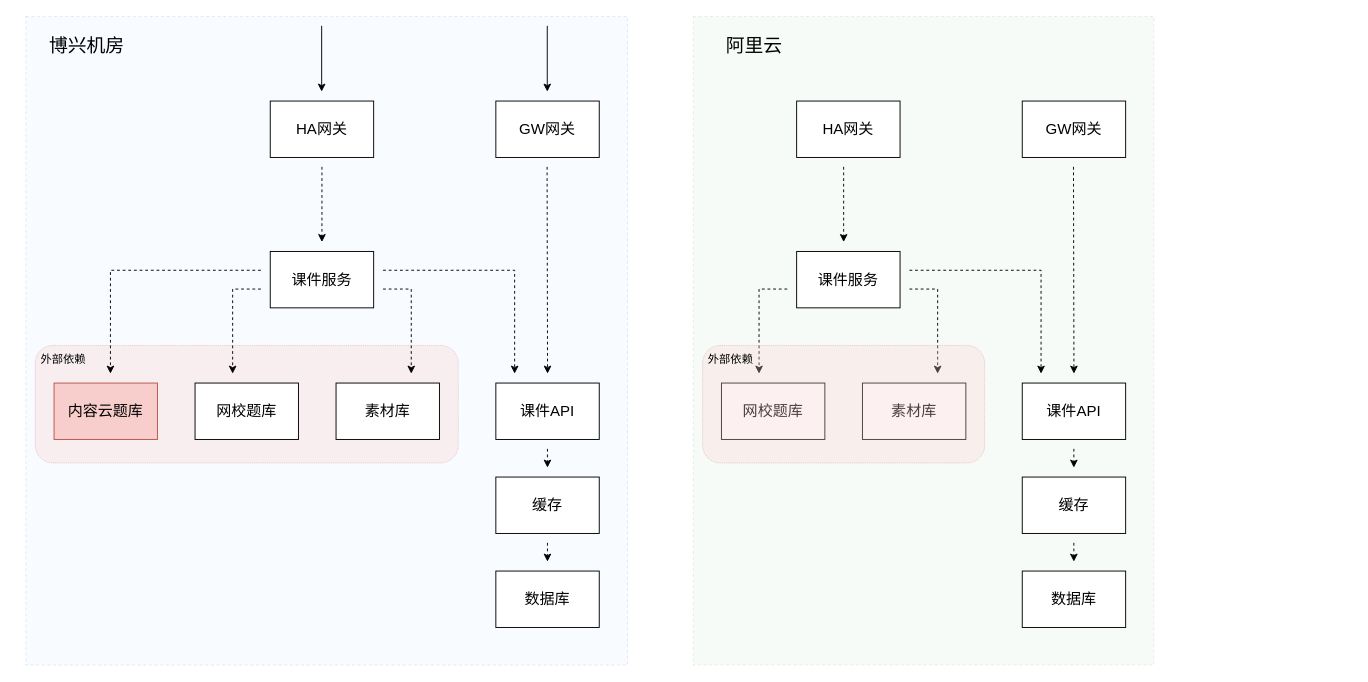
huanjiesm/courseware-draw keeps this draw.io diagram as doublealive.drawio. Above is the earlier version. Source tidied: cells renumbered, new cells numbered last; positions are measured from the earlier drawing's top-left corner, leaving out a move shared by most shapes. Both pictures are drawn from the tidied source at 94%, with x=0, y=0 at pixel (25, 16).
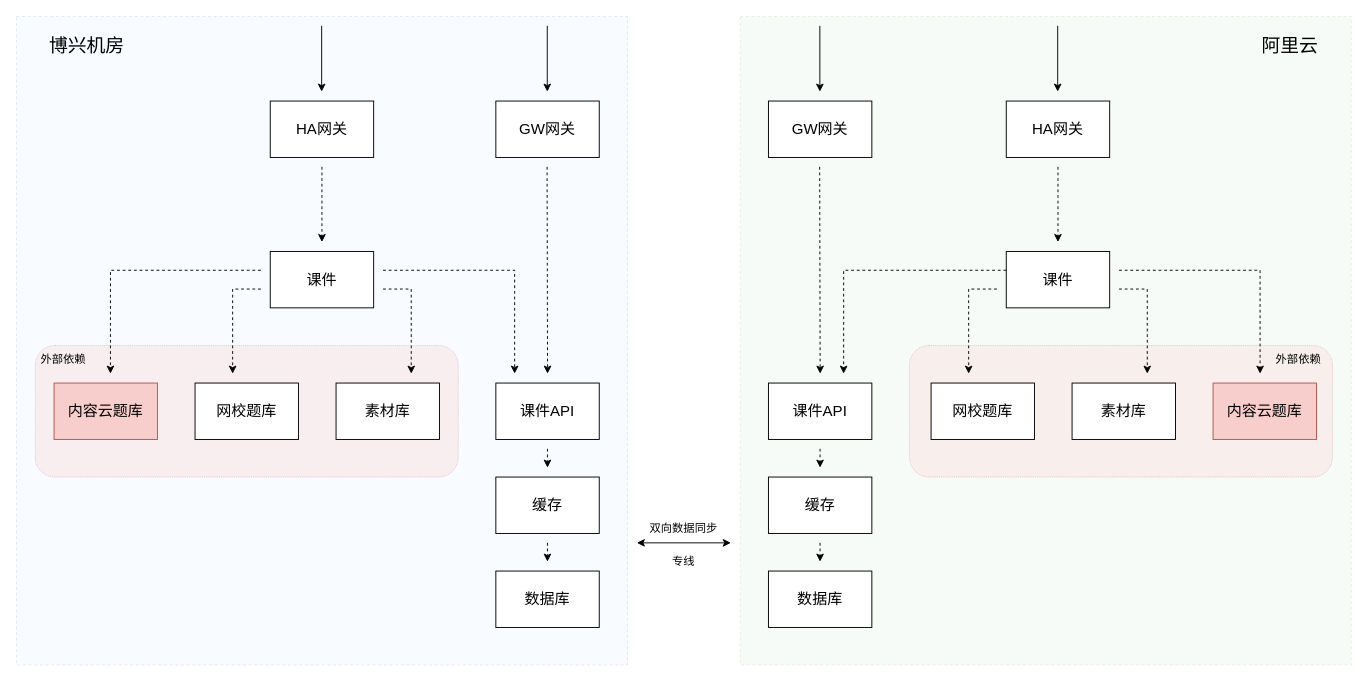
After the change.

Change to the diagram source:
```diff
@@
     <mxCell id="2" style="rounded=0;whiteSpace=wrap;html=1;fillColor=#dae8fc;strokeColor=#6c8ebf;dashed=1;opacity=20;" parent="1" vertex="1">
-      <mxGeometry width="640" height="690" as="geometry" />
+      <mxGeometry x="-10" width="650" height="690" as="geometry" />
     </mxCell>
     <mxCell id="3" style="rounded=1;whiteSpace=wrap;html=1;dashed=1;dashPattern=1 1;fillColor=#f8cecc;strokeColor=#b85450;opacity=30;" parent="1" vertex="1">
-      <mxGeometry x="10" y="350" width="450" height="125" as="geometry" />
+      <mxGeometry x="10" y="350" width="450" height="140" as="geometry" />
     </mxCell>
     <mxCell id="4" style="rounded=0;whiteSpace=wrap;html=1;fillColor=#d5e8d4;strokeColor=#82b366;dashed=1;opacity=20;" parent="1" vertex="1">
-      <mxGeometry x="710" width="490" height="690" as="geometry" />
+      <mxGeometry x="760" width="650" height="690" as="geometry" />
     </mxCell>
-    <mxCell id="5" value="课件服务" style="rounded=0;whiteSpace=wrap;html=1;fontSize=16;" parent="1" vertex="1">
+    <mxCell id="5" value="课件" style="rounded=0;whiteSpace=wrap;html=1;fontSize=16;" parent="1" vertex="1">
       <mxGeometry x="260" y="250" width="110" height="60" as="geometry" />
     </mxCell>
@@
-    <mxCell id="22" value="课件服务" style="rounded=0;whiteSpace=wrap;html=1;fontSize=16;" parent="1" vertex="1">
-      <mxGeometry x="820" y="250" width="110" height="60" as="geometry" />
-    </mxCell>
-    <mxCell id="23" value="课件API" style="rounded=0;whiteSpace=wrap;html=1;fontSize=16;" parent="1" vertex="1">
-      <mxGeometry x="1060" y="390" width="110" height="60" as="geometry" />
-    </mxCell>
-    <mxCell id="24" value="缓存" style="rounded=0;whiteSpace=wrap;html=1;fontSize=16;" parent="1" vertex="1">
-      <mxGeometry x="1060" y="490" width="110" height="60" as="geometry" />
-    </mxCell>
-    <mxCell id="25" value="数据库" style="rounded=0;whiteSpace=wrap;html=1;fontSize=16;" parent="1" vertex="1">
-      <mxGeometry x="1060" y="590" width="110" height="60" as="geometry" />
-    </mxCell>
-    <mxCell id="26" value="素材库" style="rounded=0;whiteSpace=wrap;html=1;fontSize=16;" parent="1" vertex="1">
-      <mxGeometry x="890" y="390" width="110" height="60" as="geometry" />
-    </mxCell>
-    <mxCell id="27" value="网校题库" style="rounded=0;whiteSpace=wrap;html=1;fontSize=16;" parent="1" vertex="1">
-      <mxGeometry x="740" y="390" width="110" height="60" as="geometry" />
-    </mxCell>
-    <mxCell id="28" value="HA网关" style="rounded=0;whiteSpace=wrap;html=1;fontSize=16;" parent="1" vertex="1">
-      <mxGeometry x="820" y="90" width="110" height="60" as="geometry" />
-    </mxCell>
-    <mxCell id="29" value="GW网关" style="rounded=0;whiteSpace=wrap;html=1;fontSize=16;" parent="1" vertex="1">
-      <mxGeometry x="1060" y="90" width="110" height="60" as="geometry" />
-    </mxCell>
-    <mxCell id="30" style="endArrow=classic;html=1;rounded=0;dashed=1;" parent="1" edge="1">
-      <mxGeometry relative="1" as="geometry">
-        <mxPoint x="870" y="160" as="sourcePoint" />
-        <mxPoint x="870" y="240" as="targetPoint" />
-      </mxGeometry>
-    </mxCell>
-    <mxCell id="31" style="endArrow=classic;html=1;rounded=0;dashed=1;" parent="1" edge="1">
-      <mxGeometry relative="1" as="geometry">
-        <mxPoint x="1114.5" y="160" as="sourcePoint" />
-        <mxPoint x="1115" y="380" as="targetPoint" />
-      </mxGeometry>
-    </mxCell>
-    <mxCell id="32" style="endArrow=classic;html=1;rounded=0;dashed=1;" parent="1" edge="1">
-      <mxGeometry relative="1" as="geometry">
-        <mxPoint x="940" y="270" as="sourcePoint" />
-        <mxPoint x="1080" y="380" as="targetPoint" />
-        <Array as="points">
-          <mxPoint x="1080" y="270" />
-        </Array>
-      </mxGeometry>
-    </mxCell>
-    <mxCell id="33" style="endArrow=classic;html=1;rounded=0;dashed=1;" parent="1" edge="1">
-      <mxGeometry relative="1" as="geometry">
-        <mxPoint x="940" y="290" as="sourcePoint" />
-        <mxPoint x="970" y="380" as="targetPoint" />
-        <Array as="points">
-          <mxPoint x="970" y="290" />
-        </Array>
-      </mxGeometry>
-    </mxCell>
-    <mxCell id="34" style="endArrow=classic;html=1;rounded=0;dashed=1;" parent="1" edge="1">
-      <mxGeometry relative="1" as="geometry">
-        <mxPoint x="810" y="290" as="sourcePoint" />
-        <mxPoint x="780" y="380" as="targetPoint" />
-        <Array as="points">
-          <mxPoint x="780" y="290" />
-        </Array>
-      </mxGeometry>
-    </mxCell>
-    <mxCell id="35" style="endArrow=classic;html=1;rounded=0;dashed=1;" parent="1" edge="1">
-      <mxGeometry relative="1" as="geometry">
-        <mxPoint x="1114.9" y="560" as="sourcePoint" />
-        <mxPoint x="1114.9" y="580" as="targetPoint" />
-      </mxGeometry>
-    </mxCell>
-    <mxCell id="36" style="endArrow=classic;html=1;rounded=0;dashed=1;" parent="1" edge="1">
-      <mxGeometry relative="1" as="geometry">
-        <mxPoint x="1114.9" y="460" as="sourcePoint" />
-        <mxPoint x="1114.9" y="480" as="targetPoint" />
-      </mxGeometry>
-    </mxCell>
@@
+    <mxCell id="23" value="课件API" style="rounded=0;whiteSpace=wrap;html=1;fontSize=16;" parent="1" vertex="1">
+      <mxGeometry x="790" y="390" width="110" height="60" as="geometry" />
+    </mxCell>
+    <mxCell id="24" value="缓存" style="rounded=0;whiteSpace=wrap;html=1;fontSize=16;" parent="1" vertex="1">
+      <mxGeometry x="790" y="490" width="110" height="60" as="geometry" />
+    </mxCell>
+    <mxCell id="25" value="数据库" style="rounded=0;whiteSpace=wrap;html=1;fontSize=16;" parent="1" vertex="1">
+      <mxGeometry x="790" y="590" width="110" height="60" as="geometry" />
+    </mxCell>
+    <mxCell id="29" value="GW网关" style="rounded=0;whiteSpace=wrap;html=1;fontSize=16;" parent="1" vertex="1">
+      <mxGeometry x="790" y="90" width="110" height="60" as="geometry" />
+    </mxCell>
+    <mxCell id="44" style="endArrow=classic;html=1;rounded=0;dashed=1;" parent="1" edge="1">
+      <mxGeometry relative="1" as="geometry">
+        <mxPoint x="844.5" y="160" as="sourcePoint" />
+        <mxPoint x="845" y="380" as="targetPoint" />
+      </mxGeometry>
+    </mxCell>
+    <mxCell id="45" style="endArrow=classic;html=1;rounded=0;dashed=1;" parent="1" edge="1">
+      <mxGeometry relative="1" as="geometry">
+        <mxPoint x="844.9" y="560" as="sourcePoint" />
+        <mxPoint x="844.9" y="580" as="targetPoint" />
+      </mxGeometry>
+    </mxCell>
+    <mxCell id="46" style="endArrow=classic;html=1;rounded=0;dashed=1;" parent="1" edge="1">
+      <mxGeometry relative="1" as="geometry">
+        <mxPoint x="844.9" y="460" as="sourcePoint" />
+        <mxPoint x="844.9" y="480" as="targetPoint" />
+      </mxGeometry>
+    </mxCell>
+    <mxCell id="47" style="endArrow=classic;html=1;rounded=0;" parent="1" edge="1">
+      <mxGeometry relative="1" as="geometry">
+        <mxPoint x="844.7" y="10" as="sourcePoint" />
+        <mxPoint x="844.7" y="80" as="targetPoint" />
+      </mxGeometry>
+    </mxCell>
+    <mxCell id="48" style="rounded=1;whiteSpace=wrap;html=1;dashed=1;dashPattern=1 1;fillColor=#f8cecc;strokeColor=#b85450;opacity=30;" parent="1" vertex="1">
+      <mxGeometry x="940" y="350" width="450" height="140" as="geometry" />
+    </mxCell>
+    <mxCell id="49" value="课件" style="rounded=0;whiteSpace=wrap;html=1;fontSize=16;" parent="1" vertex="1">
+      <mxGeometry x="1043" y="250" width="110" height="60" as="geometry" />
+    </mxCell>
+    <mxCell id="26" value="素材库" style="rounded=0;whiteSpace=wrap;html=1;fontSize=16;" parent="1" vertex="1">
+      <mxGeometry x="1113" y="390" width="110" height="60" as="geometry" />
+    </mxCell>
+    <mxCell id="27" value="网校题库" style="rounded=0;whiteSpace=wrap;html=1;fontSize=16;" parent="1" vertex="1">
+      <mxGeometry x="963" y="390" width="110" height="60" as="geometry" />
+    </mxCell>
+    <mxCell id="50" value="内容云题库" style="rounded=0;whiteSpace=wrap;html=1;fontSize=16;fillColor=#f8cecc;strokeColor=#b85450;" parent="1" vertex="1">
+      <mxGeometry x="1263" y="390" width="110" height="60" as="geometry" />
+    </mxCell>
+    <mxCell id="28" value="HA网关" style="rounded=0;whiteSpace=wrap;html=1;fontSize=16;" parent="1" vertex="1">
+      <mxGeometry x="1043" y="90" width="110" height="60" as="geometry" />
+    </mxCell>
+    <mxCell id="51" style="endArrow=classic;html=1;rounded=0;dashed=1;" parent="1" edge="1">
+      <mxGeometry relative="1" as="geometry">
+        <mxPoint x="1098" y="160" as="sourcePoint" />
+        <mxPoint x="1098" y="240" as="targetPoint" />
+      </mxGeometry>
+    </mxCell>
+    <mxCell id="52" style="endArrow=classic;html=1;rounded=0;dashed=1;" parent="1" edge="1">
+      <mxGeometry relative="1" as="geometry">
+        <mxPoint x="1163" y="290" as="sourcePoint" />
+        <mxPoint x="1193" y="380" as="targetPoint" />
+        <Array as="points">
+          <mxPoint x="1193" y="290" />
+        </Array>
+      </mxGeometry>
+    </mxCell>
+    <mxCell id="53" style="endArrow=classic;html=1;rounded=0;dashed=1;" parent="1" edge="1">
+      <mxGeometry relative="1" as="geometry">
+        <mxPoint x="1033" y="290" as="sourcePoint" />
+        <mxPoint x="1003" y="380" as="targetPoint" />
+        <Array as="points">
+          <mxPoint x="1003" y="290" />
+        </Array>
+      </mxGeometry>
+    </mxCell>
+    <mxCell id="54" style="endArrow=classic;html=1;rounded=0;dashed=1;" parent="1" edge="1">
+      <mxGeometry relative="1" as="geometry">
+        <mxPoint x="1163" y="270" as="sourcePoint" />
+        <mxPoint x="1313" y="380" as="targetPoint" />
+        <Array as="points">
+          <mxPoint x="1313" y="270" />
+        </Array>
+      </mxGeometry>
+    </mxCell>
+    <mxCell id="55" style="endArrow=classic;html=1;rounded=0;" parent="1" edge="1">
+      <mxGeometry relative="1" as="geometry">
+        <mxPoint x="1097.7" y="10" as="sourcePoint" />
+        <mxPoint x="1097.7" y="80" as="targetPoint" />
+      </mxGeometry>
+    </mxCell>
+    <mxCell id="43" value="外部依赖" style="text;html=1;strokeColor=none;fillColor=none;align=center;verticalAlign=middle;whiteSpace=wrap;rounded=0;" parent="1" vertex="1">
+      <mxGeometry x="1324" y="350" width="60" height="30" as="geometry" />
+    </mxCell>
     <mxCell id="41" value="阿里云" style="text;html=1;strokeColor=none;fillColor=none;align=center;verticalAlign=middle;whiteSpace=wrap;rounded=0;fontSize=20;" parent="1" vertex="1">
-      <mxGeometry x="720" y="10" width="110" height="40" as="geometry" />
+      <mxGeometry x="1290" y="10" width="110" height="40" as="geometry" />
     </mxCell>
-    <mxCell id="42" style="rounded=1;whiteSpace=wrap;html=1;dashed=1;dashPattern=1 1;fillColor=#f8cecc;strokeColor=#b85450;opacity=30;" parent="1" vertex="1">
-      <mxGeometry x="720" y="350" width="300" height="125" as="geometry" />
-    </mxCell>
-    <mxCell id="43" value="外部依赖" style="text;html=1;strokeColor=none;fillColor=none;align=center;verticalAlign=middle;whiteSpace=wrap;rounded=0;" parent="1" vertex="1">
-      <mxGeometry x="720" y="350" width="60" height="30" as="geometry" />
-    </mxCell>
+    <mxCell id="56" style="endArrow=classic;html=1;rounded=0;dashed=1;" parent="1" edge="1">
+      <mxGeometry relative="1" as="geometry">
+        <mxPoint x="1043" y="270" as="sourcePoint" />
+        <mxPoint x="870" y="380" as="targetPoint" />
+        <Array as="points">
+          <mxPoint x="870" y="270" />
+        </Array>
+      </mxGeometry>
+    </mxCell>
+    <mxCell id="57" style="endArrow=classic;startArrow=classic;html=1;rounded=0;strokeWidth=1;" parent="1" edge="1">
+      <mxGeometry relative="1" as="geometry">
+        <mxPoint x="650" y="560" as="sourcePoint" />
+        <mxPoint x="750" y="560" as="targetPoint" />
+      </mxGeometry>
+    </mxCell>
+    <mxCell id="58" value="专线" style="text;html=1;strokeColor=none;fillColor=none;align=center;verticalAlign=middle;whiteSpace=wrap;rounded=0;" parent="1" vertex="1">
+      <mxGeometry x="677" y="570" width="46" height="20" as="geometry" />
+    </mxCell>
+    <mxCell id="59" value="双向数据同步" style="text;html=1;strokeColor=none;fillColor=none;align=center;verticalAlign=middle;whiteSpace=wrap;rounded=0;" parent="1" vertex="1">
+      <mxGeometry x="660" y="530" width="80" height="30" as="geometry" />
+    </mxCell>
```
